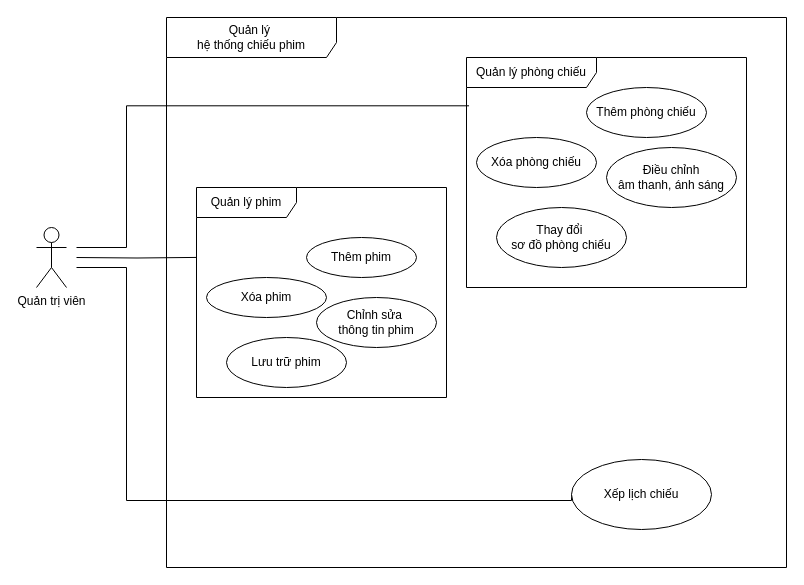
The draw.io diagram Use Case Diagram/xml/Quản-Lý-Hệ-Thống-Chiếu-Phim.drawio in dvhAoU1374/IT3120-PTTKHT, before the edit. Source tidied: cells renumbered, new cells numbered last; positions are measured from the earlier drawing's top-left corner, leaving out a move shared by most shapes. Both pictures are drawn from the tidied source at 100%, with x=0, y=0 at pixel (36, 17).
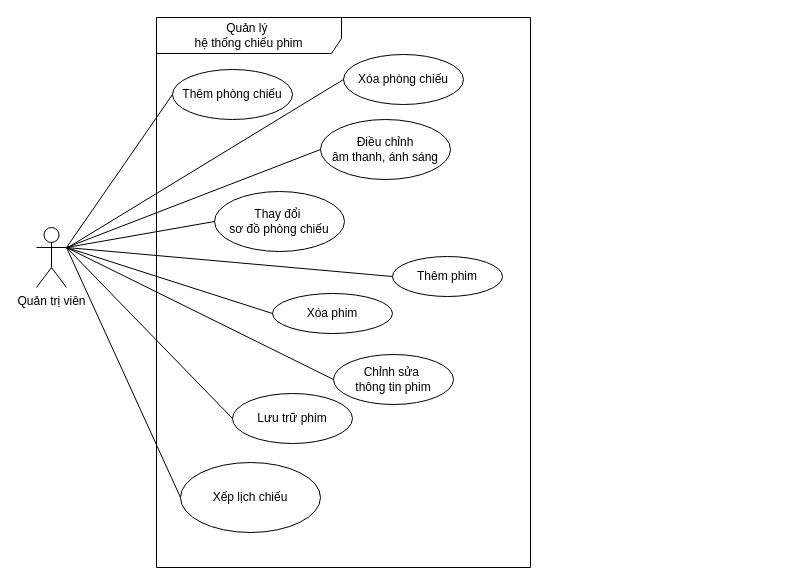
The same page after the edit.

Diff of the diagram source:
```diff
@@
+    <mxCell id="12" value="Quản trị viên" style="shape=umlActor;verticalLabelPosition=bottom;verticalAlign=top;html=1;" parent="1" vertex="1">
+      <mxGeometry y="210" width="30" height="60" as="geometry" />
+    </mxCell>
+    <mxCell id="16" value="Quản lý&amp;nbsp;&lt;div&gt;hệ thống chiếu phim&lt;/div&gt;" style="shape=umlFrame;whiteSpace=wrap;html=1;width=185;height=36;" parent="1" vertex="1">
+      <mxGeometry x="120" width="374" height="550" as="geometry" />
+    </mxCell>
+    <mxCell id="17" value="Xếp lịch chiếu" style="ellipse;whiteSpace=wrap;html=1;" parent="16" vertex="1">
+      <mxGeometry x="24" y="445" width="140" height="70" as="geometry" />
+    </mxCell>
+    <mxCell id="10" value="Xóa phòng chiếu" style="ellipse;whiteSpace=wrap;html=1;" parent="16" vertex="1">
+      <mxGeometry x="187" y="37" width="120" height="50" as="geometry" />
+    </mxCell>
+    <mxCell id="11" value="Thêm phòng chiếu" style="ellipse;whiteSpace=wrap;html=1;" parent="16" vertex="1">
+      <mxGeometry x="16" y="52" width="120" height="50" as="geometry" />
+    </mxCell>
+    <mxCell id="9" value="Thay đổi&amp;nbsp;&lt;div&gt;sơ đồ phòng chiếu&lt;/div&gt;" style="ellipse;whiteSpace=wrap;html=1;" parent="16" vertex="1">
+      <mxGeometry x="58" y="174" width="130" height="60" as="geometry" />
+    </mxCell>
+    <mxCell id="5" value="Lưu trữ phim" style="ellipse;whiteSpace=wrap;html=1;" parent="16" vertex="1">
+      <mxGeometry x="76" y="376" width="120" height="50" as="geometry" />
+    </mxCell>
+    <mxCell id="4" value="Chỉnh sửa&amp;nbsp;&lt;div&gt;thông tin phim&lt;/div&gt;" style="ellipse;whiteSpace=wrap;html=1;" parent="16" vertex="1">
+      <mxGeometry x="177" y="337" width="120" height="50" as="geometry" />
+    </mxCell>
-    <mxCell id="2" value="Thêm phim" style="ellipse;whiteSpace=wrap;html=1;" parent="1" vertex="1">
-      <mxGeometry x="270" y="220" width="110" height="40" as="geometry" />
+    <mxCell id="2" value="Thêm phim" style="ellipse;whiteSpace=wrap;html=1;" parent="16" vertex="1">
+      <mxGeometry x="236" y="239" width="110" height="40" as="geometry" />
     </mxCell>
-    <mxCell id="3" value="Xóa phim" style="ellipse;whiteSpace=wrap;html=1;" parent="1" vertex="1">
-      <mxGeometry x="170" y="260" width="120" height="40" as="geometry" />
+    <mxCell id="3" value="Xóa phim" style="ellipse;whiteSpace=wrap;html=1;" parent="16" vertex="1">
+      <mxGeometry x="116" y="276" width="120" height="40" as="geometry" />
     </mxCell>
-    <mxCell id="4" value="Chỉnh sửa&amp;nbsp;&lt;div&gt;thông tin phim&lt;/div&gt;" style="ellipse;whiteSpace=wrap;html=1;" parent="1" vertex="1">
-      <mxGeometry x="280" y="280" width="120" height="50" as="geometry" />
-    </mxCell>
-    <mxCell id="5" value="Lưu trữ phim" style="ellipse;whiteSpace=wrap;html=1;" parent="1" vertex="1">
-      <mxGeometry x="190" y="320" width="120" height="50" as="geometry" />
-    </mxCell>
-    <mxCell id="6" value="Quản lý phim" style="shape=umlFrame;whiteSpace=wrap;html=1;width=100;height=30;gradientColor=none;" parent="1" vertex="1">
-      <mxGeometry x="160" y="170" width="250" height="210" as="geometry" />
-    </mxCell>
-    <mxCell id="7" value="Quản lý phòng chiếu" style="shape=umlFrame;whiteSpace=wrap;html=1;width=130;height=30;" parent="1" vertex="1">
-      <mxGeometry x="430" y="40" width="280" height="230" as="geometry" />
-    </mxCell>
-    <mxCell id="8" value="Điều chỉnh&lt;div&gt;âm thanh, ánh sáng&lt;/div&gt;" style="ellipse;whiteSpace=wrap;html=1;" parent="7" vertex="1">
-      <mxGeometry x="140" y="90" width="130" height="60" as="geometry" />
+    <mxCell id="8" value="Điều chỉnh&lt;div&gt;âm thanh, ánh sáng&lt;/div&gt;" style="ellipse;whiteSpace=wrap;html=1;" parent="16" vertex="1">
+      <mxGeometry x="164" y="102" width="130" height="60" as="geometry" />
     </mxCell>
-    <mxCell id="9" value="Thay đổi&amp;nbsp;&lt;div&gt;sơ đồ phòng chiếu&lt;/div&gt;" style="ellipse;whiteSpace=wrap;html=1;" parent="7" vertex="1">
-      <mxGeometry x="30" y="150" width="130" height="60" as="geometry" />
-    </mxCell>
-    <mxCell id="10" value="Xóa phòng chiếu" style="ellipse;whiteSpace=wrap;html=1;" parent="7" vertex="1">
-      <mxGeometry x="10" y="80" width="120" height="50" as="geometry" />
-    </mxCell>
-    <mxCell id="11" value="Thêm phòng chiếu" style="ellipse;whiteSpace=wrap;html=1;" parent="7" vertex="1">
-      <mxGeometry x="120" y="30" width="120" height="50" as="geometry" />
-    </mxCell>
-    <mxCell id="12" value="Quản trị viên" style="shape=umlActor;verticalLabelPosition=bottom;verticalAlign=top;html=1;" parent="1" vertex="1">
-      <mxGeometry y="210" width="30" height="60" as="geometry" />
-    </mxCell>
-    <mxCell id="13" style="edgeStyle=orthogonalEdgeStyle;rounded=0;jettySize=auto;html=1;entryX=0.009;entryY=0.21;entryDx=0;entryDy=0;entryPerimeter=0;endArrow=none;startFill=0;" parent="1" edge="1" target="7">
-      <mxGeometry relative="1" as="geometry">
-        <mxPoint x="40" y="230" as="sourcePoint" />
-        <Array as="points">
-          <mxPoint x="90" y="230" />
-          <mxPoint x="90" y="88" />
-        </Array>
-      </mxGeometry>
-    </mxCell>
-    <mxCell id="14" style="edgeStyle=orthogonalEdgeStyle;rounded=0;jettySize=auto;html=1;entryX=-0.002;entryY=0.333;entryDx=0;entryDy=0;entryPerimeter=0;endArrow=none;startFill=0;" parent="1" edge="1" target="6">
-      <mxGeometry relative="1" as="geometry">
-        <mxPoint x="40" y="240" as="sourcePoint" />
-      </mxGeometry>
-    </mxCell>
-    <mxCell id="15" style="edgeStyle=orthogonalEdgeStyle;rounded=0;jettySize=auto;html=1;entryX=0;entryY=0.5;entryDx=0;entryDy=0;endArrow=none;startFill=0;" parent="1" edge="1" target="17">
-      <mxGeometry relative="1" as="geometry">
-        <mxPoint x="40" y="250" as="sourcePoint" />
-        <Array as="points">
-          <mxPoint x="90" y="250" />
-          <mxPoint x="90" y="483" />
-          <mxPoint x="535" y="483" />
-        </Array>
-      </mxGeometry>
-    </mxCell>
-    <mxCell id="16" value="Quản lý&amp;nbsp;&lt;div&gt;hệ thống chiếu phim&lt;/div&gt;" style="shape=umlFrame;whiteSpace=wrap;html=1;width=170;height=40;" parent="1" vertex="1">
-      <mxGeometry x="130" width="620" height="550" as="geometry" />
-    </mxCell>
-    <mxCell id="17" value="Xếp lịch chiếu" style="ellipse;whiteSpace=wrap;html=1;" parent="16" vertex="1">
-      <mxGeometry x="405" y="442" width="140" height="70" as="geometry" />
-    </mxCell>
+    <mxCell id="18" style="endArrow=none;html=1;rounded=0;entryX=0;entryY=0.5;entryDx=0;entryDy=0;exitX=1;exitY=0.3333333333333333;exitDx=0;exitDy=0;exitPerimeter=0;" parent="1" edge="1" source="12" target="11">
+      <mxGeometry relative="1" as="geometry" />
+    </mxCell>
+    <mxCell id="19" style="endArrow=none;html=1;rounded=0;entryX=0;entryY=0.5;entryDx=0;entryDy=0;" parent="1" edge="1" source="12" target="10">
+      <mxGeometry relative="1" as="geometry" />
+    </mxCell>
+    <mxCell id="20" style="endArrow=none;html=1;rounded=0;entryX=0;entryY=0.5;entryDx=0;entryDy=0;exitX=1;exitY=0.3333333333333333;exitDx=0;exitDy=0;exitPerimeter=0;" parent="1" edge="1" source="12" target="9">
+      <mxGeometry relative="1" as="geometry" />
+    </mxCell>
+    <mxCell id="21" style="endArrow=none;html=1;rounded=0;entryX=0;entryY=0.5;entryDx=0;entryDy=0;exitX=1;exitY=0.3333333333333333;exitDx=0;exitDy=0;exitPerimeter=0;" parent="1" edge="1" source="12" target="8">
+      <mxGeometry relative="1" as="geometry" />
+    </mxCell>
+    <mxCell id="22" style="endArrow=none;html=1;rounded=0;entryX=0;entryY=0.5;entryDx=0;entryDy=0;exitX=1;exitY=0.3333333333333333;exitDx=0;exitDy=0;exitPerimeter=0;" parent="1" edge="1" source="12" target="2">
+      <mxGeometry relative="1" as="geometry" />
+    </mxCell>
+    <mxCell id="23" style="endArrow=none;html=1;rounded=0;entryX=0;entryY=0.5;entryDx=0;entryDy=0;exitX=1;exitY=0.3333333333333333;exitDx=0;exitDy=0;exitPerimeter=0;" parent="1" edge="1" source="12" target="3">
+      <mxGeometry relative="1" as="geometry" />
+    </mxCell>
+    <mxCell id="24" style="endArrow=none;html=1;rounded=0;entryX=0;entryY=0.5;entryDx=0;entryDy=0;exitX=1;exitY=0.3333333333333333;exitDx=0;exitDy=0;exitPerimeter=0;" parent="1" edge="1" source="12" target="5">
+      <mxGeometry relative="1" as="geometry" />
+    </mxCell>
+    <mxCell id="25" style="endArrow=none;html=1;rounded=0;entryX=0;entryY=0.5;entryDx=0;entryDy=0;exitX=1;exitY=0.3333333333333333;exitDx=0;exitDy=0;exitPerimeter=0;" parent="1" edge="1" source="12" target="4">
+      <mxGeometry relative="1" as="geometry" />
+    </mxCell>
+    <mxCell id="26" style="endArrow=none;html=1;rounded=0;entryX=0;entryY=0.5;entryDx=0;entryDy=0;exitX=1;exitY=0.3333333333333333;exitDx=0;exitDy=0;exitPerimeter=0;" parent="1" edge="1" source="12" target="17">
+      <mxGeometry relative="1" as="geometry" />
+    </mxCell>
```
